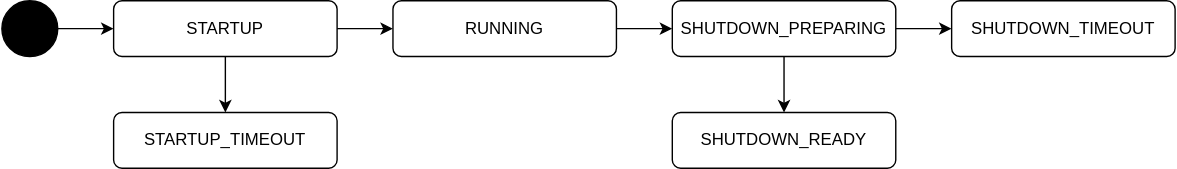
tier4/autoware-documentation keeps this draw.io diagram as pr-7/design/autoware-interfaces/pilot-auto/api/ecu/state.drawio.svg. Above is the earlier version. Source tidied: cells renumbered, new cells last; positions are measured from the earlier drawing's top-left corner, leaving out a move shared by most shapes. Its diagram source:
```xml
<mxGraphModel>
  <root>
    <mxCell id="0" />
    <mxCell id="1" parent="0" />
    <mxCell id="2" style="edgeStyle=none;html=1;" parent="1" edge="1" source="4" target="9">
      <mxGeometry relative="1" as="geometry" />
    </mxCell>
    <mxCell id="3" style="edgeStyle=none;html=1;" parent="1" edge="1" source="4" target="12">
      <mxGeometry relative="1" as="geometry" />
    </mxCell>
    <mxCell id="4" value="STARTUP" style="rounded=1;whiteSpace=wrap;html=1;" parent="1" vertex="1">
      <mxGeometry x="80" width="160" height="40" as="geometry" />
    </mxCell>
    <mxCell id="5" style="edgeStyle=none;html=1;" parent="1" edge="1" source="7" target="11">
      <mxGeometry relative="1" as="geometry" />
    </mxCell>
    <mxCell id="6" style="edgeStyle=none;html=1;" parent="1" edge="1" source="7" target="10">
      <mxGeometry relative="1" as="geometry" />
    </mxCell>
    <mxCell id="7" value="SHUTDOWN_PREPARING" style="rounded=1;whiteSpace=wrap;html=1;" parent="1" vertex="1">
      <mxGeometry x="480" width="160" height="40" as="geometry" />
    </mxCell>
    <mxCell id="8" style="edgeStyle=none;html=1;" parent="1" edge="1" source="9" target="7">
      <mxGeometry relative="1" as="geometry" />
    </mxCell>
    <mxCell id="9" value="RUNNING" style="rounded=1;whiteSpace=wrap;html=1;" parent="1" vertex="1">
      <mxGeometry x="280" width="160" height="40" as="geometry" />
    </mxCell>
    <mxCell id="10" value="SHUTDOWN_READY" style="rounded=1;whiteSpace=wrap;html=1;" parent="1" vertex="1">
      <mxGeometry x="480" y="80" width="160" height="40" as="geometry" />
    </mxCell>
    <mxCell id="11" value="SHUTDOWN_TIMEOUT" style="rounded=1;whiteSpace=wrap;html=1;" parent="1" vertex="1">
      <mxGeometry x="680" width="160" height="40" as="geometry" />
    </mxCell>
    <mxCell id="12" value="STARTUP_TIMEOUT" style="rounded=1;whiteSpace=wrap;html=1;" parent="1" vertex="1">
      <mxGeometry x="80" y="80" width="160" height="40" as="geometry" />
    </mxCell>
    <mxCell id="13" style="edgeStyle=none;html=1;" parent="1" edge="1" source="14" target="4">
      <mxGeometry relative="1" as="geometry" />
    </mxCell>
    <mxCell id="14" style="shape=ellipse;html=1;fillColor=#000000;fontSize=18;fontColor=#ffffff;" parent="1" vertex="1">
      <mxGeometry width="40" height="40" as="geometry" />
    </mxCell>
  </root>
</mxGraphModel>
```
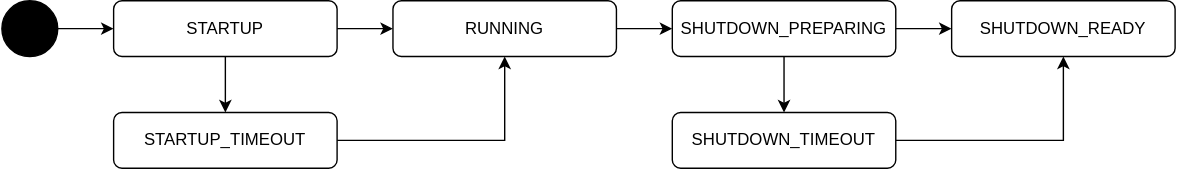
The same file after the commit.

The edit, as a diff of the source:
```diff
@@ -27,11 +27,17 @@
       <mxGeometry x="280" width="160" height="40" as="geometry" />
     </mxCell>
     <mxCell id="10" value="SHUTDOWN_READY" style="rounded=1;whiteSpace=wrap;html=1;" parent="1" vertex="1">
-      <mxGeometry x="480" y="80" width="160" height="40" as="geometry" />
+      <mxGeometry x="680" width="160" height="40" as="geometry" />
     </mxCell>
+    <mxCell id="15" style="edgeStyle=orthogonalEdgeStyle;rounded=0;html=1;entryX=0.5;entryY=1;entryDx=0;entryDy=0;" parent="1" edge="1" source="11" target="10">
+      <mxGeometry relative="1" as="geometry" />
+    </mxCell>
     <mxCell id="11" value="SHUTDOWN_TIMEOUT" style="rounded=1;whiteSpace=wrap;html=1;" parent="1" vertex="1">
-      <mxGeometry x="680" width="160" height="40" as="geometry" />
+      <mxGeometry x="480" y="80" width="160" height="40" as="geometry" />
     </mxCell>
+    <mxCell id="16" style="edgeStyle=orthogonalEdgeStyle;html=1;rounded=0;" parent="1" edge="1" source="12" target="9">
+      <mxGeometry relative="1" as="geometry" />
+    </mxCell>
     <mxCell id="12" value="STARTUP_TIMEOUT" style="rounded=1;whiteSpace=wrap;html=1;" parent="1" vertex="1">
       <mxGeometry x="80" y="80" width="160" height="40" as="geometry" />
     </mxCell>
```
